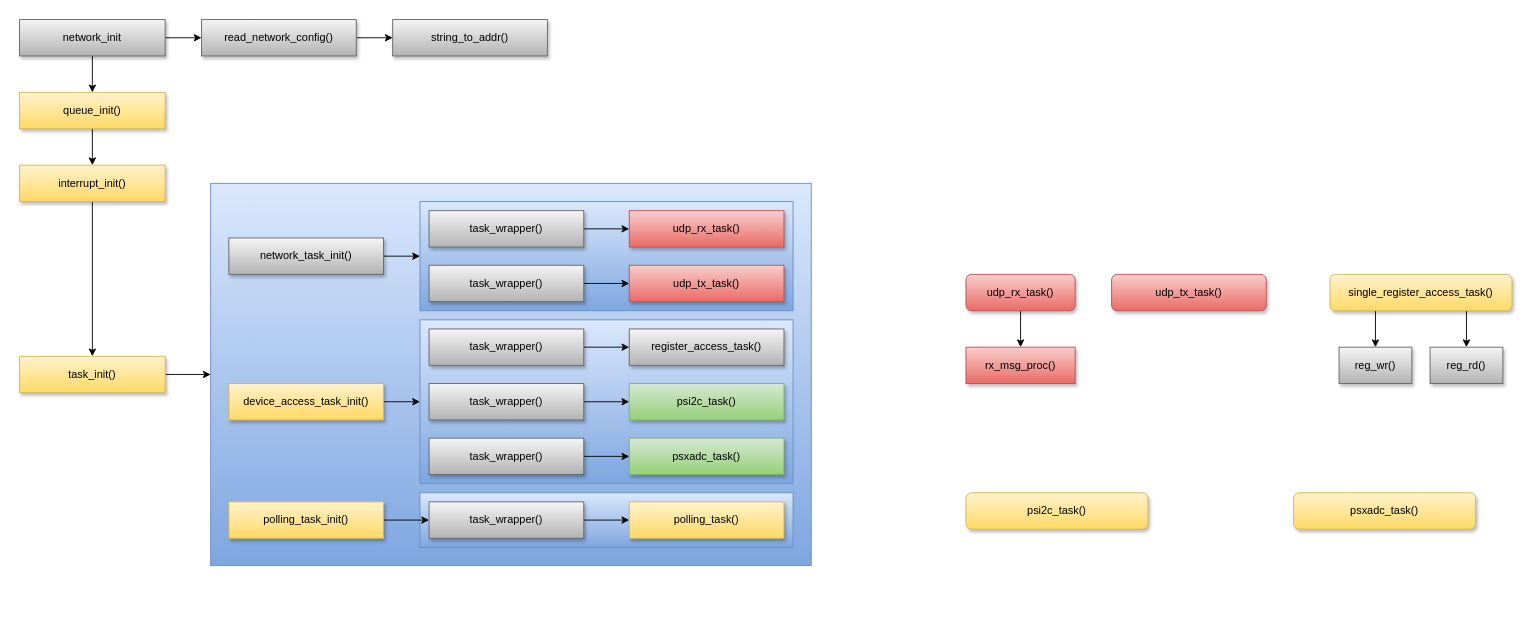
Earlier version of the draw.io diagram page "functions" (2 of 4) of doc/class.drawio (NSLS2/ZynqDetector). Source tidied: cells renumbered, new cells numbered last; positions are measured from the earlier drawing's top-left corner, leaving out a move shared by most shapes. Both pictures are drawn from the tidied source at 91%, with x=0, y=0 at pixel (19, 19).
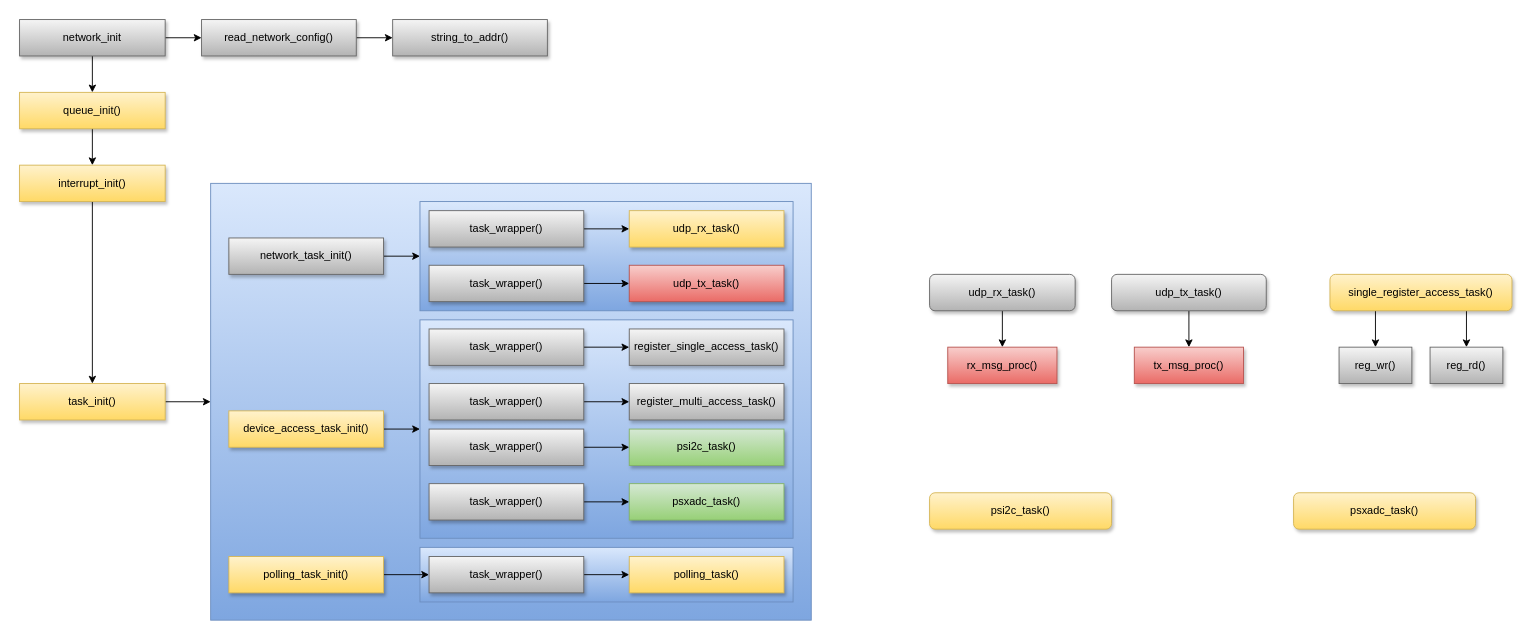
Above is the later version.

What changed in the source:
```diff
@@
     <mxCell id="2" style="rounded=0;whiteSpace=wrap;html=1;fillColor=#dae8fc;gradientColor=#7ea6e0;strokeColor=#6c8ebf;" parent="1" vertex="1">
-      <mxGeometry x="210" y="180" width="660" height="420" as="geometry" />
+      <mxGeometry x="210" y="180" width="660" height="480" as="geometry" />
     </mxCell>
     <mxCell id="3" style="rounded=0;whiteSpace=wrap;html=1;fillColor=#dae8fc;strokeColor=#6c8ebf;gradientColor=#7ea6e0;" parent="1" vertex="1">
-      <mxGeometry x="440" y="520" width="410" height="60" as="geometry" />
+      <mxGeometry x="440" y="580" width="410" height="60" as="geometry" />
     </mxCell>
@@
     <mxCell id="5" style="rounded=0;whiteSpace=wrap;html=1;fillColor=#dae8fc;strokeColor=#6c8ebf;gradientColor=#7ea6e0;" parent="1" vertex="1">
-      <mxGeometry x="440" y="330" width="410" height="180" as="geometry" />
+      <mxGeometry x="440" y="330" width="410" height="240" as="geometry" />
     </mxCell>
@@
     <mxCell id="12" value="task_init()" style="rounded=0;whiteSpace=wrap;html=1;fillColor=#fff2cc;gradientColor=#ffd966;strokeColor=#d6b656;shadow=1;" parent="1" vertex="1">
-      <mxGeometry y="370" width="160" height="40" as="geometry" />
+      <mxGeometry y="400" width="160" height="40" as="geometry" />
     </mxCell>
@@
-    <mxCell id="25" value="register_access_task()" style="rounded=0;whiteSpace=wrap;html=1;fillColor=#f5f5f5;gradientColor=#b3b3b3;strokeColor=#666666;shadow=1;" parent="1" vertex="1">
+    <mxCell id="25" value="register_single_access_task()" style="rounded=0;whiteSpace=wrap;html=1;fillColor=#f5f5f5;gradientColor=#b3b3b3;strokeColor=#666666;shadow=1;" parent="1" vertex="1">
       <mxGeometry x="670" y="340" width="170" height="40" as="geometry" />
     </mxCell>
     <mxCell id="26" value="&lt;span style=&quot;color: rgb(0, 0, 0);&quot;&gt;psi2c_task&lt;/span&gt;&lt;span style=&quot;color: rgb(0, 0, 0);&quot;&gt;()&lt;/span&gt;" style="rounded=0;whiteSpace=wrap;html=1;fillColor=#d5e8d4;gradientColor=#97d077;strokeColor=#82b366;shadow=1;" parent="1" vertex="1">
-      <mxGeometry x="670" y="400" width="170" height="40" as="geometry" />
+      <mxGeometry x="670" y="450" width="170" height="40" as="geometry" />
     </mxCell>
     <mxCell id="27" value="&lt;span style=&quot;color: rgb(0, 0, 0);&quot;&gt;psxadc_task()&lt;/span&gt;" style="rounded=0;whiteSpace=wrap;html=1;fillColor=#d5e8d4;gradientColor=#97d077;strokeColor=#82b366;shadow=1;" parent="1" vertex="1">
-      <mxGeometry x="670" y="460" width="170" height="40" as="geometry" />
+      <mxGeometry x="670" y="510" width="170" height="40" as="geometry" />
     </mxCell>
@@
     <mxCell id="29" value="&lt;span style=&quot;color: rgb(0, 0, 0);&quot;&gt;task_wrapper()&lt;/span&gt;" style="rounded=0;whiteSpace=wrap;html=1;fillColor=#f5f5f5;gradientColor=#b3b3b3;strokeColor=#666666;shadow=1;" parent="1" vertex="1">
-      <mxGeometry x="450" y="530" width="170" height="40" as="geometry" />
+      <mxGeometry x="450" y="590" width="170" height="40" as="geometry" />
     </mxCell>
     <mxCell id="30" value="rx_msg_proc()" style="rounded=0;whiteSpace=wrap;html=1;fillColor=#f8cecc;gradientColor=#ea6b66;strokeColor=#b85450;shadow=1;" parent="1" vertex="1">
-      <mxGeometry x="1040" y="360" width="120" height="40" as="geometry" />
+      <mxGeometry x="1020" y="360" width="120" height="40" as="geometry" />
     </mxCell>
@@
     <mxCell id="33" value="&lt;span style=&quot;color: rgb(0, 0, 0);&quot;&gt;psi2c_task&lt;/span&gt;&lt;span style=&quot;color: rgb(0, 0, 0);&quot;&gt;()&lt;/span&gt;" style="rounded=1;whiteSpace=wrap;html=1;fillColor=#fff2cc;strokeColor=#d6b656;gradientColor=#ffd966;shadow=1;" parent="1" vertex="1">
-      <mxGeometry x="1040" y="520" width="200" height="40" as="geometry" />
+      <mxGeometry x="1000" y="520" width="200" height="40" as="geometry" />
     </mxCell>
@@
-    <mxCell id="35" value="udp_rx_task()" style="rounded=0;whiteSpace=wrap;html=1;fillColor=#f8cecc;gradientColor=#ea6b66;strokeColor=#b85450;shadow=1;" parent="1" vertex="1">
+    <mxCell id="35" value="udp_rx_task()" style="rounded=0;whiteSpace=wrap;html=1;fillColor=#fff2cc;gradientColor=#ffd966;strokeColor=#d6b656;shadow=1;" parent="1" vertex="1">
       <mxGeometry x="670" y="210" width="170" height="40" as="geometry" />
     </mxCell>
@@
     <mxCell id="40" value="&lt;span style=&quot;color: rgb(0, 0, 0);&quot;&gt;task_wrapper()&lt;/span&gt;" style="rounded=0;whiteSpace=wrap;html=1;fillColor=#f5f5f5;gradientColor=#b3b3b3;strokeColor=#666666;shadow=1;" parent="1" vertex="1">
-      <mxGeometry x="450" y="400" width="170" height="40" as="geometry" />
+      <mxGeometry x="450" y="450" width="170" height="40" as="geometry" />
     </mxCell>
@@
     <mxCell id="42" value="&lt;span style=&quot;color: rgb(0, 0, 0);&quot;&gt;task_wrapper()&lt;/span&gt;" style="rounded=0;whiteSpace=wrap;html=1;fillColor=#f5f5f5;gradientColor=#b3b3b3;strokeColor=#666666;shadow=1;" parent="1" vertex="1">
-      <mxGeometry x="450" y="460" width="170" height="40" as="geometry" />
+      <mxGeometry x="450" y="510" width="170" height="40" as="geometry" />
     </mxCell>
@@
     <mxCell id="44" value="device_access_task_init()" style="rounded=0;whiteSpace=wrap;html=1;fillColor=#fff2cc;gradientColor=#ffd966;strokeColor=#d6b656;shadow=1;" parent="1" vertex="1">
-      <mxGeometry x="230" y="400" width="170" height="40" as="geometry" />
+      <mxGeometry x="230" y="430" width="170" height="40" as="geometry" />
     </mxCell>
     <mxCell id="45" value="polling_task()" style="rounded=0;whiteSpace=wrap;html=1;fillColor=#fff2cc;gradientColor=#ffd966;strokeColor=#d6b656;shadow=1;" parent="1" vertex="1">
-      <mxGeometry x="670" y="530" width="170" height="40" as="geometry" />
+      <mxGeometry x="670" y="590" width="170" height="40" as="geometry" />
     </mxCell>
@@
     <mxCell id="49" value="&lt;span style=&quot;color: rgb(0, 0, 0);&quot;&gt;polling_task_init()&lt;/span&gt;" style="rounded=0;whiteSpace=wrap;html=1;fillColor=#fff2cc;gradientColor=#ffd966;strokeColor=#d6b656;shadow=1;" parent="1" vertex="1">
-      <mxGeometry x="230" y="530" width="170" height="40" as="geometry" />
+      <mxGeometry x="230" y="590" width="170" height="40" as="geometry" />
     </mxCell>
@@
-    <mxCell id="51" value="udp_rx_task()" style="rounded=1;whiteSpace=wrap;html=1;fillColor=#f8cecc;gradientColor=#ea6b66;strokeColor=#b85450;shadow=1;" parent="1" vertex="1">
-      <mxGeometry x="1040" y="280" width="120" height="40" as="geometry" />
+    <mxCell id="51" value="udp_rx_task()" style="rounded=1;whiteSpace=wrap;html=1;fillColor=#f5f5f5;gradientColor=#b3b3b3;strokeColor=#666666;shadow=1;" parent="1" vertex="1">
+      <mxGeometry x="1000" y="280" width="160" height="40" as="geometry" />
     </mxCell>
+    <mxCell id="53" style="edgeStyle=none;html=1;entryX=0.5;entryY=0;entryDx=0;entryDy=0;" parent="1" edge="1" source="52" target="54">
+      <mxGeometry relative="1" as="geometry" />
+    </mxCell>
-    <mxCell id="52" value="udp_tx_task()" style="rounded=1;whiteSpace=wrap;html=1;fillColor=#f8cecc;gradientColor=#ea6b66;strokeColor=#b85450;shadow=1;" parent="1" vertex="1">
+    <mxCell id="52" value="udp_tx_task()" style="rounded=1;whiteSpace=wrap;html=1;fillColor=#f5f5f5;gradientColor=#b3b3b3;strokeColor=#666666;shadow=1;" parent="1" vertex="1">
       <mxGeometry x="1200" y="280" width="170" height="40" as="geometry" />
     </mxCell>
+    <mxCell id="54" value="tx_msg_proc()" style="rounded=0;whiteSpace=wrap;html=1;fillColor=#f8cecc;gradientColor=#ea6b66;strokeColor=#b85450;shadow=1;" parent="1" vertex="1">
+      <mxGeometry x="1225" y="360" width="120" height="40" as="geometry" />
+    </mxCell>
+    <mxCell id="55" value="register_multi_access_task()" style="rounded=0;whiteSpace=wrap;html=1;fillColor=#f5f5f5;gradientColor=#b3b3b3;strokeColor=#666666;shadow=1;" parent="1" vertex="1">
+      <mxGeometry x="670" y="400" width="170" height="40" as="geometry" />
+    </mxCell>
+    <mxCell id="56" style="edgeStyle=none;html=1;entryX=0;entryY=0.5;entryDx=0;entryDy=0;" parent="1" edge="1" source="57" target="55">
+      <mxGeometry relative="1" as="geometry" />
+    </mxCell>
+    <mxCell id="57" value="task_wrapper()" style="rounded=0;whiteSpace=wrap;html=1;fillColor=#f5f5f5;gradientColor=#b3b3b3;strokeColor=#666666;shadow=1;" parent="1" vertex="1">
+      <mxGeometry x="450" y="400" width="170" height="40" as="geometry" />
+    </mxCell>
```
